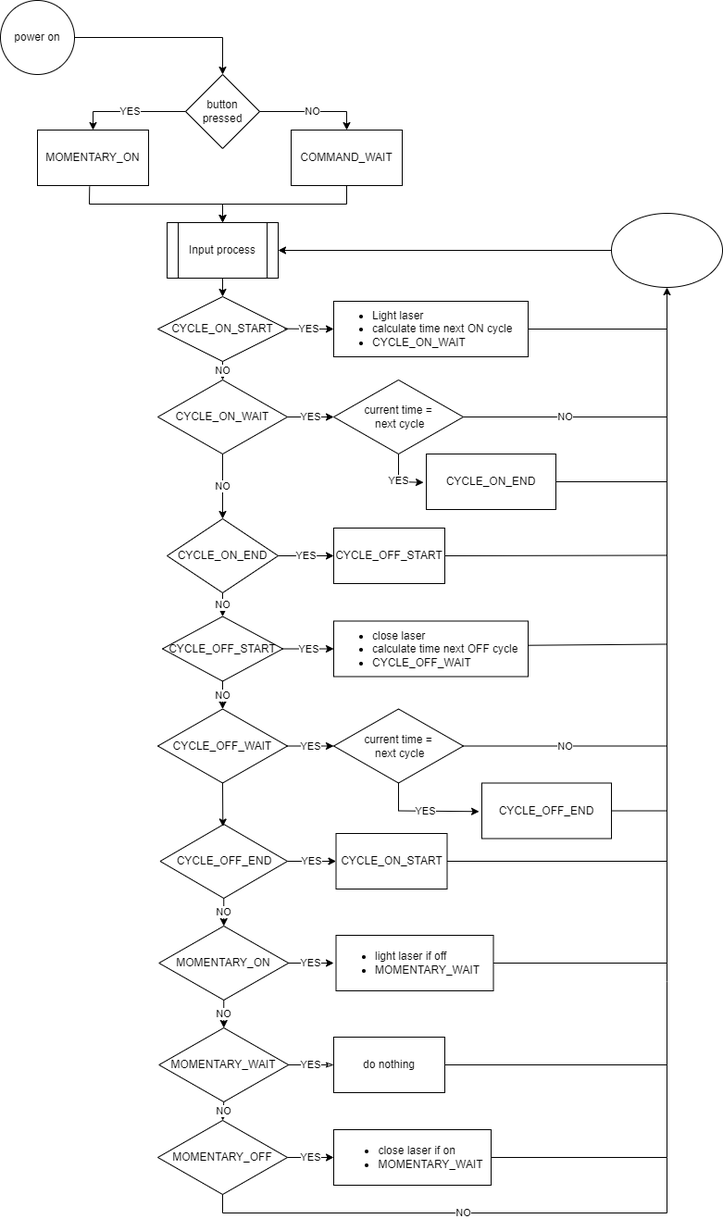
This is LaserStateBlink/LaserStates.png from JFClaeys/ATTiny85, a draw.io export, as it was before one commit. Source tidied: cells renumbered, new cells last; positions are measured from the earlier drawing's top-left corner, leaving out a move shared by most shapes.
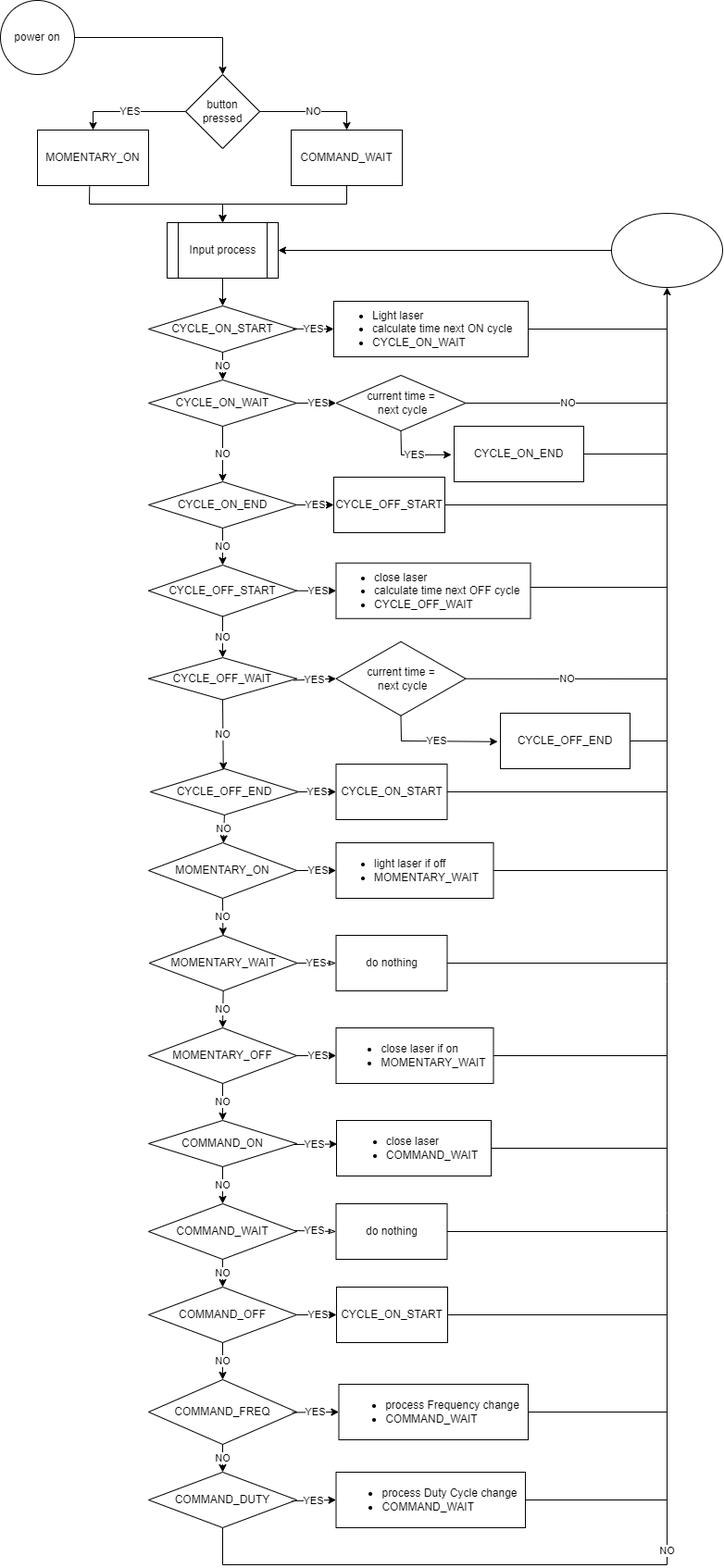
After the commit.

The edit, as a diff of the source:
```diff
@@ -57,3 +57,3 @@
     <mxCell id="12" value="CYCLE_ON_START" style="rhombus;whiteSpace=wrap;html=1;" parent="1" vertex="1">
-      <mxGeometry x="170" y="320" width="140" height="70" as="geometry" />
+      <mxGeometry x="160" y="330" width="160" height="50" as="geometry" />
     </mxCell>
@@ -69,3 +69,3 @@
     <mxCell id="16" value="CYCLE_ON_WAIT" style="rhombus;whiteSpace=wrap;html=1;" parent="1" vertex="1">
-      <mxGeometry x="170" y="410" width="140" height="80" as="geometry" />
+      <mxGeometry x="160" y="410" width="160" height="50" as="geometry" />
     </mxCell>
@@ -75,3 +75,3 @@
     <mxCell id="18" value="current time =&lt;br&gt;&amp;nbsp;next cycle" style="rhombus;whiteSpace=wrap;html=1;" parent="1" vertex="1">
-      <mxGeometry x="360" y="410" width="140" height="80" as="geometry" />
+      <mxGeometry x="362.5" y="405" width="140" height="60" as="geometry" />
     </mxCell>
@@ -81,3 +81,3 @@
     <mxCell id="20" value="CYCLE_ON_END" style="rounded=0;whiteSpace=wrap;html=1;" parent="1" vertex="1">
-      <mxGeometry x="460" y="490" width="140" height="60" as="geometry" />
+      <mxGeometry x="490" y="460" width="140" height="60" as="geometry" />
     </mxCell>
@@ -86,3 +86,3 @@
         <Array as="points">
-          <mxPoint x="430" y="520" />
+          <mxPoint x="433" y="491" />
         </Array>
@@ -91,3 +91,3 @@
     <mxCell id="22" value="CYCLE_ON_END&lt;br&gt;" style="rhombus;whiteSpace=wrap;html=1;" parent="1" vertex="1">
-      <mxGeometry x="180" y="560" width="120" height="80" as="geometry" />
+      <mxGeometry x="160" y="520" width="160" height="50" as="geometry" />
     </mxCell>
@@ -97,3 +97,3 @@
     <mxCell id="24" value="CYCLE_OFF_START" style="rounded=0;whiteSpace=wrap;html=1;" parent="1" vertex="1">
-      <mxGeometry x="360" y="570" width="120" height="60" as="geometry" />
+      <mxGeometry x="360" y="515" width="120" height="60" as="geometry" />
     </mxCell>
@@ -107,3 +107,3 @@
       <mxGeometry relative="1" as="geometry">
-        <mxPoint x="720" y="450" as="targetPoint" />
+        <mxPoint x="720" y="435" as="targetPoint" />
       </mxGeometry>
@@ -112,3 +112,3 @@
       <mxGeometry relative="1" as="geometry">
-        <mxPoint x="720" y="520" as="targetPoint" />
+        <mxPoint x="720" y="490" as="targetPoint" />
       </mxGeometry>
@@ -117,3 +117,3 @@
       <mxGeometry relative="1" as="geometry">
-        <mxPoint x="720" y="599.5" as="targetPoint" />
+        <mxPoint x="720" y="545" as="targetPoint" />
       </mxGeometry>
@@ -121,3 +121,3 @@
     <mxCell id="30" value="CYCLE_OFF_START" style="rhombus;whiteSpace=wrap;html=1;" parent="1" vertex="1">
-      <mxGeometry x="175" y="665.5" width="130" height="70" as="geometry" />
+      <mxGeometry x="160" y="610" width="160" height="55.5" as="geometry" />
     </mxCell>
@@ -127,3 +127,3 @@
     <mxCell id="32" value="&lt;ul&gt;&lt;li&gt;close laser&lt;/li&gt;&lt;li&gt;calculate time next OFF cycle&lt;/li&gt;&lt;li&gt;CYCLE_OFF_WAIT&lt;/li&gt;&lt;/ul&gt;" style="rounded=0;whiteSpace=wrap;html=1;align=left;" parent="1" vertex="1">
-      <mxGeometry x="360" y="670.5" width="210" height="60" as="geometry" />
+      <mxGeometry x="362.5" y="607.8" width="210" height="60" as="geometry" />
     </mxCell>
@@ -134,3 +134,3 @@
       <mxGeometry relative="1" as="geometry">
-        <mxPoint x="720" y="695.5" as="targetPoint" />
+        <mxPoint x="720" y="634" as="targetPoint" />
       </mxGeometry>
@@ -146,6 +146,6 @@
     <mxCell id="37" value="current time =&lt;br&gt;&amp;nbsp;next cycle" style="rhombus;whiteSpace=wrap;html=1;" parent="1" vertex="1">
-      <mxGeometry x="360" y="765.5" width="140" height="80" as="geometry" />
+      <mxGeometry x="362.5" y="692.8" width="140" height="80" as="geometry" />
     </mxCell>
     <mxCell id="38" value="CYCLE_OFF_END" style="rounded=0;whiteSpace=wrap;html=1;" parent="1" vertex="1">
-      <mxGeometry x="520" y="845.5" width="140" height="60" as="geometry" />
+      <mxGeometry x="540" y="770" width="140" height="60" as="geometry" />
     </mxCell>
@@ -154,3 +154,3 @@
         <Array as="points">
-          <mxPoint x="430" y="875.5" />
+          <mxPoint x="433" y="800" />
         </Array>
@@ -160,3 +160,3 @@
       <mxGeometry relative="1" as="geometry">
-        <mxPoint x="720" y="805.5" as="targetPoint" />
+        <mxPoint x="720" y="733" as="targetPoint" />
       </mxGeometry>
@@ -165,3 +165,3 @@
       <mxGeometry relative="1" as="geometry">
-        <mxPoint x="720" y="875.5" as="targetPoint" />
+        <mxPoint x="720" y="800" as="targetPoint" />
       </mxGeometry>
@@ -169,3 +169,3 @@
     <mxCell id="42" value="CYCLE_OFF_WAIT" style="rhombus;whiteSpace=wrap;html=1;" parent="1" vertex="1">
-      <mxGeometry x="170" y="765.5" width="140" height="80" as="geometry" />
+      <mxGeometry x="160" y="710" width="160" height="45.5" as="geometry" />
     </mxCell>
@@ -174,12 +174,10 @@
     </mxCell>
-    <mxCell id="44" value="YES" style="endArrow=classic;html=1;rounded=0;entryX=0;entryY=0.5;entryDx=0;entryDy=0;" parent="1" edge="1" target="37">
-      <mxGeometry relative="1" as="geometry">
-        <mxPoint x="310" y="805.5" as="sourcePoint" />
-      </mxGeometry>
+    <mxCell id="44" value="YES" style="endArrow=classic;html=1;rounded=0;entryX=0;entryY=0.5;entryDx=0;entryDy=0;exitX=0.978;exitY=0.538;exitDx=0;exitDy=0;exitPerimeter=0;" parent="1" edge="1" source="42" target="37">
+      <mxGeometry relative="1" as="geometry" />
     </mxCell>
     <mxCell id="45" value="CYCLE_OFF_END" style="rhombus;whiteSpace=wrap;html=1;" parent="1" vertex="1">
-      <mxGeometry x="172.5" y="890" width="137.5" height="80" as="geometry" />
+      <mxGeometry x="161.9" y="830" width="160" height="50" as="geometry" />
     </mxCell>
     <mxCell id="46" value="CYCLE_ON_START" style="rounded=0;whiteSpace=wrap;html=1;" parent="1" vertex="1">
-      <mxGeometry x="362.5" y="900" width="120" height="60" as="geometry" />
+      <mxGeometry x="362.5" y="825" width="120" height="60" as="geometry" />
     </mxCell>
@@ -190,6 +188,6 @@
       <mxGeometry relative="1" as="geometry">
-        <mxPoint x="720" y="930" as="targetPoint" />
+        <mxPoint x="720" y="855" as="targetPoint" />
       </mxGeometry>
     </mxCell>
-    <mxCell id="49" style="endArrow=classic;html=1;rounded=0;exitX=0.5;exitY=1;exitDx=0;exitDy=0;entryX=0.493;entryY=0.031;entryDx=0;entryDy=0;entryPerimeter=0;" parent="1" edge="1" source="42" target="45">
+    <mxCell id="49" value="NO" style="endArrow=classic;html=1;rounded=0;exitX=0.5;exitY=1;exitDx=0;exitDy=0;entryX=0.493;entryY=0.031;entryDx=0;entryDy=0;entryPerimeter=0;" parent="1" edge="1" source="42" target="45">
       <mxGeometry relative="1" as="geometry" />
@@ -199,3 +197,3 @@
         <Array as="points">
-          <mxPoint x="720" y="1250" />
+          <mxPoint x="720" y="1140" />
           <mxPoint x="720" y="1060" />
@@ -205,3 +203,3 @@
     <mxCell id="51" value="MOMENTARY_ON" style="rhombus;whiteSpace=wrap;html=1;" parent="1" vertex="1">
-      <mxGeometry x="171.2" y="1000" width="140" height="80" as="geometry" />
+      <mxGeometry x="160" y="910" width="160" height="60" as="geometry" />
     </mxCell>
@@ -210,9 +208,7 @@
     </mxCell>
-    <mxCell id="53" value="YES" style="endArrow=classic;html=1;rounded=0;exitX=1;exitY=0.5;exitDx=0;exitDy=0;" parent="1" edge="1" source="51">
-      <mxGeometry relative="1" as="geometry">
-        <mxPoint x="360" y="1040" as="targetPoint" />
-      </mxGeometry>
+    <mxCell id="53" value="YES" style="endArrow=classic;html=1;rounded=0;exitX=1;exitY=0.5;exitDx=0;exitDy=0;entryX=0;entryY=0.5;entryDx=0;entryDy=0;" parent="1" edge="1" source="51" target="54">
+      <mxGeometry relative="1" as="geometry" />
     </mxCell>
     <mxCell id="54" value="&lt;ul&gt;&lt;li&gt;light laser if off&lt;/li&gt;&lt;li&gt;MOMENTARY_WAIT&lt;/li&gt;&lt;/ul&gt;" style="rounded=0;whiteSpace=wrap;html=1;align=left;" parent="1" vertex="1">
-      <mxGeometry x="362.5" y="1010" width="170" height="60" as="geometry" />
+      <mxGeometry x="362.5" y="910" width="170" height="60" as="geometry" />
     </mxCell>
@@ -220,3 +216,3 @@
       <mxGeometry relative="1" as="geometry">
-        <mxPoint x="720" y="1040" as="targetPoint" />
+        <mxPoint x="720" y="940" as="targetPoint" />
       </mxGeometry>
@@ -224,3 +220,3 @@
     <mxCell id="56" value="MOMENTARY_WAIT" style="rhombus;whiteSpace=wrap;html=1;" parent="1" vertex="1">
-      <mxGeometry x="171.2" y="1110" width="140" height="80" as="geometry" />
+      <mxGeometry x="160.6" y="1010" width="160" height="60" as="geometry" />
     </mxCell>
@@ -230,3 +226,3 @@
     <mxCell id="58" value="do nothing" style="rounded=0;whiteSpace=wrap;html=1;" parent="1" vertex="1">
-      <mxGeometry x="360" y="1120" width="120" height="60" as="geometry" />
+      <mxGeometry x="362.5" y="1010" width="120" height="60" as="geometry" />
     </mxCell>
@@ -237,3 +233,3 @@
       <mxGeometry relative="1" as="geometry">
-        <mxPoint x="720" y="1150" as="targetPoint" />
+        <mxPoint x="720" y="1040" as="targetPoint" />
       </mxGeometry>
@@ -241,3 +237,3 @@
     <mxCell id="61" value="MOMENTARY_OFF" style="rhombus;whiteSpace=wrap;html=1;" parent="1" vertex="1">
-      <mxGeometry x="170" y="1210" width="140" height="80" as="geometry" />
+      <mxGeometry x="160" y="1110" width="160" height="60" as="geometry" />
     </mxCell>
@@ -247,3 +243,3 @@
     <mxCell id="63" value="&lt;div style=&quot;text-align: left;&quot;&gt;&lt;ul&gt;&lt;li&gt;&lt;span style=&quot;background-color: initial;&quot;&gt;close laser if on&lt;/span&gt;&lt;/li&gt;&lt;li&gt;MOMENTARY_WAIT&lt;/li&gt;&lt;/ul&gt;&lt;/div&gt;" style="rounded=0;whiteSpace=wrap;html=1;" parent="1" vertex="1">
-      <mxGeometry x="360" y="1220" width="170" height="60" as="geometry" />
+      <mxGeometry x="362.5" y="1110" width="170" height="60" as="geometry" />
     </mxCell>
@@ -252,7 +248,8 @@
     </mxCell>
-    <mxCell id="65" value="NO" style="endArrow=none;html=1;rounded=0;exitX=0.5;exitY=1;exitDx=0;exitDy=0;" parent="1" edge="1" source="61">
+    <mxCell id="65" value="NO" style="endArrow=none;html=1;rounded=0;exitX=0.5;exitY=1;exitDx=0;exitDy=0;" parent="1" edge="1" source="72">
       <mxGeometry relative="1" as="geometry">
-        <mxPoint x="720" y="1250" as="targetPoint" />
+        <mxPoint x="720" y="1140" as="targetPoint" />
         <Array as="points">
-          <mxPoint x="240" y="1310" />
+          <mxPoint x="240" y="1690" />
+          <mxPoint x="720" y="1690" />
           <mxPoint x="720" y="1310" />
@@ -261,2 +258,87 @@
     </mxCell>
+    <mxCell id="66" value="COMMAND_ON" style="rhombus;whiteSpace=wrap;html=1;" parent="1" vertex="1">
+      <mxGeometry x="160" y="1210" width="160" height="50" as="geometry" />
+    </mxCell>
+    <mxCell id="67" value="COMMAND_WAIT" style="rhombus;whiteSpace=wrap;html=1;" parent="1" vertex="1">
+      <mxGeometry x="160" y="1300" width="160" height="60" as="geometry" />
+    </mxCell>
+    <mxCell id="68" value="NO" style="endArrow=classic;html=1;rounded=0;exitX=0.5;exitY=1;exitDx=0;exitDy=0;" parent="1" edge="1" source="66" target="67">
+      <mxGeometry relative="1" as="geometry" />
+    </mxCell>
+    <mxCell id="69" value="COMMAND_OFF" style="rhombus;whiteSpace=wrap;html=1;" parent="1" vertex="1">
+      <mxGeometry x="160" y="1390" width="160" height="60" as="geometry" />
+    </mxCell>
+    <mxCell id="70" value="NO" style="endArrow=classic;html=1;rounded=0;exitX=0.5;exitY=1;exitDx=0;exitDy=0;entryX=0.5;entryY=0;entryDx=0;entryDy=0;" parent="1" edge="1" source="67" target="69">
+      <mxGeometry relative="1" as="geometry" />
+    </mxCell>
+    <mxCell id="71" value="COMMAND_FREQ" style="rhombus;whiteSpace=wrap;html=1;" parent="1" vertex="1">
+      <mxGeometry x="160" y="1490" width="160" height="70" as="geometry" />
+    </mxCell>
+    <mxCell id="72" value="COMMAND_DUTY" style="rhombus;whiteSpace=wrap;html=1;" parent="1" vertex="1">
+      <mxGeometry x="160" y="1590" width="160" height="60" as="geometry" />
+    </mxCell>
+    <mxCell id="73" value="NO" style="endArrow=classic;html=1;rounded=0;exitX=0.5;exitY=1;exitDx=0;exitDy=0;" parent="1" edge="1" source="71" target="72">
+      <mxGeometry relative="1" as="geometry" />
+    </mxCell>
+    <mxCell id="74" value="NO" style="endArrow=classic;html=1;rounded=0;exitX=0.5;exitY=1;exitDx=0;exitDy=0;entryX=0.5;entryY=0;entryDx=0;entryDy=0;" parent="1" edge="1" source="61" target="66">
+      <mxGeometry relative="1" as="geometry" />
+    </mxCell>
+    <mxCell id="75" value="NO" style="endArrow=classic;html=1;rounded=0;exitX=0.5;exitY=1;exitDx=0;exitDy=0;entryX=0.5;entryY=0;entryDx=0;entryDy=0;" parent="1" edge="1" source="69" target="71">
+      <mxGeometry relative="1" as="geometry" />
+    </mxCell>
+    <mxCell id="76" value="do nothing" style="rounded=0;whiteSpace=wrap;html=1;" parent="1" vertex="1">
+      <mxGeometry x="362.5" y="1300" width="120" height="60" as="geometry" />
+    </mxCell>
+    <mxCell id="77" value="YES" style="endArrow=classicThin;html=1;rounded=0;entryX=0;entryY=0.5;entryDx=0;entryDy=0;endFill=0;exitX=0.981;exitY=0.483;exitDx=0;exitDy=0;exitPerimeter=0;" parent="1" edge="1" source="67" target="76">
+      <mxGeometry relative="1" as="geometry" />
+    </mxCell>
+    <mxCell id="78" style="endArrow=none;html=1;rounded=0;exitX=1;exitY=0.5;exitDx=0;exitDy=0;" parent="1" edge="1" source="76">
+      <mxGeometry relative="1" as="geometry">
+        <mxPoint x="720" y="1330" as="targetPoint" />
+      </mxGeometry>
+    </mxCell>
+    <mxCell id="79" value="&lt;div style=&quot;text-align: left;&quot;&gt;&lt;ul&gt;&lt;li&gt;&lt;span style=&quot;background-color: initial;&quot;&gt;close laser&lt;/span&gt;&lt;/li&gt;&lt;li&gt;COMMAND_WAIT&lt;/li&gt;&lt;/ul&gt;&lt;/div&gt;" style="rounded=0;whiteSpace=wrap;html=1;" parent="1" vertex="1">
+      <mxGeometry x="363" y="1210" width="167" height="60" as="geometry" />
+    </mxCell>
+    <mxCell id="80" value="YES" style="endArrow=classic;html=1;rounded=0;exitX=0.978;exitY=0.52;exitDx=0;exitDy=0;exitPerimeter=0;entryX=0.004;entryY=0.425;entryDx=0;entryDy=0;entryPerimeter=0;" parent="1" edge="1" source="66" target="79">
+      <mxGeometry relative="1" as="geometry" />
+    </mxCell>
+    <mxCell id="81" style="endArrow=none;html=1;rounded=0;exitX=1;exitY=0.5;exitDx=0;exitDy=0;" parent="1" edge="1" source="79">
+      <mxGeometry relative="1" as="geometry">
+        <mxPoint x="720" y="1240" as="targetPoint" />
+      </mxGeometry>
+    </mxCell>
+    <mxCell id="82" value="CYCLE_ON_START" style="rounded=0;whiteSpace=wrap;html=1;" parent="1" vertex="1">
+      <mxGeometry x="363" y="1390" width="120" height="60" as="geometry" />
+    </mxCell>
+    <mxCell id="83" style="endArrow=none;html=1;rounded=0;exitX=1;exitY=0.5;exitDx=0;exitDy=0;" parent="1" edge="1" source="82">
+      <mxGeometry relative="1" as="geometry">
+        <mxPoint x="720" y="1420" as="targetPoint" />
+      </mxGeometry>
+    </mxCell>
+    <mxCell id="84" value="YES" style="endArrow=classic;html=1;rounded=0;exitX=1;exitY=0.5;exitDx=0;exitDy=0;entryX=0;entryY=0.5;entryDx=0;entryDy=0;" parent="1" edge="1" source="69" target="82">
+      <mxGeometry relative="1" as="geometry" />
+    </mxCell>
+    <mxCell id="85" value="&lt;div style=&quot;text-align: left;&quot;&gt;&lt;ul&gt;&lt;li&gt;process Frequency change&lt;/li&gt;&lt;li&gt;COMMAND_WAIT&lt;/li&gt;&lt;/ul&gt;&lt;/div&gt;" style="rounded=0;whiteSpace=wrap;html=1;" parent="1" vertex="1">
+      <mxGeometry x="365.5" y="1495" width="204.5" height="60" as="geometry" />
+    </mxCell>
+    <mxCell id="86" value="YES" style="endArrow=classic;html=1;rounded=0;exitX=0.969;exitY=0.507;exitDx=0;exitDy=0;exitPerimeter=0;entryX=0;entryY=0.5;entryDx=0;entryDy=0;" parent="1" edge="1" source="71" target="85">
+      <mxGeometry relative="1" as="geometry" />
+    </mxCell>
+    <mxCell id="87" style="endArrow=none;html=1;rounded=0;exitX=1;exitY=0.5;exitDx=0;exitDy=0;" parent="1" edge="1" source="85">
+      <mxGeometry relative="1" as="geometry">
+        <mxPoint x="720" y="1525" as="targetPoint" />
+      </mxGeometry>
+    </mxCell>
+    <mxCell id="88" value="&lt;div style=&quot;text-align: left;&quot;&gt;&lt;ul&gt;&lt;li&gt;process Duty Cycle change&lt;/li&gt;&lt;li&gt;COMMAND_WAIT&lt;/li&gt;&lt;/ul&gt;&lt;/div&gt;" style="rounded=0;whiteSpace=wrap;html=1;" parent="1" vertex="1">
+      <mxGeometry x="362.5" y="1590" width="204.5" height="60" as="geometry" />
+    </mxCell>
+    <mxCell id="89" value="YES" style="endArrow=classic;html=1;rounded=0;exitX=0.969;exitY=0.517;exitDx=0;exitDy=0;exitPerimeter=0;entryX=0;entryY=0.5;entryDx=0;entryDy=0;" parent="1" edge="1" source="72" target="88">
+      <mxGeometry relative="1" as="geometry" />
+    </mxCell>
+    <mxCell id="90" style="endArrow=none;html=1;rounded=0;exitX=1;exitY=0.5;exitDx=0;exitDy=0;" parent="1" edge="1" source="88">
+      <mxGeometry relative="1" as="geometry">
+        <mxPoint x="720" y="1620" as="targetPoint" />
+      </mxGeometry>
+    </mxCell>
   </root>
```
